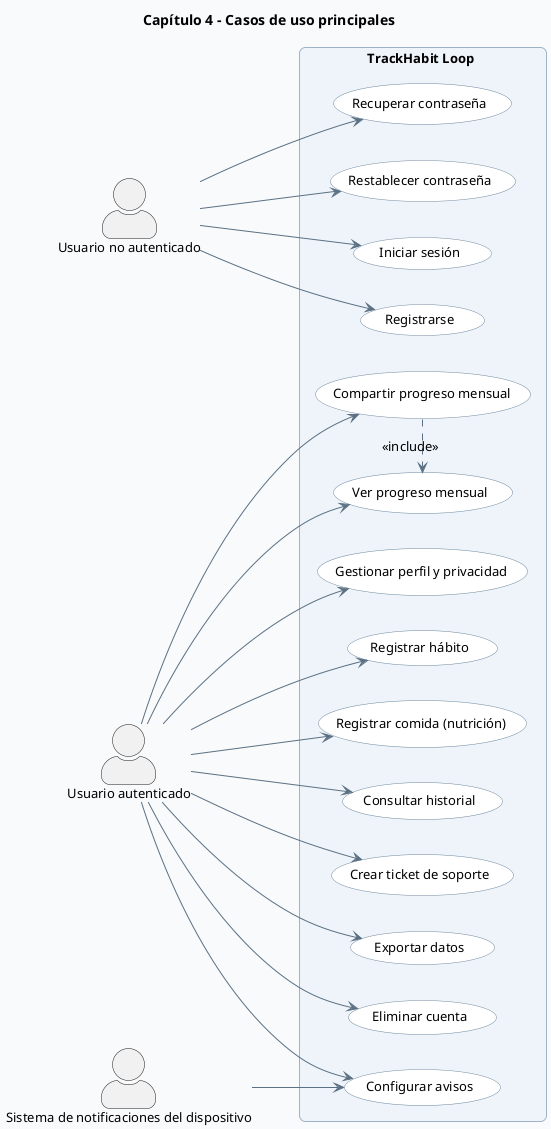
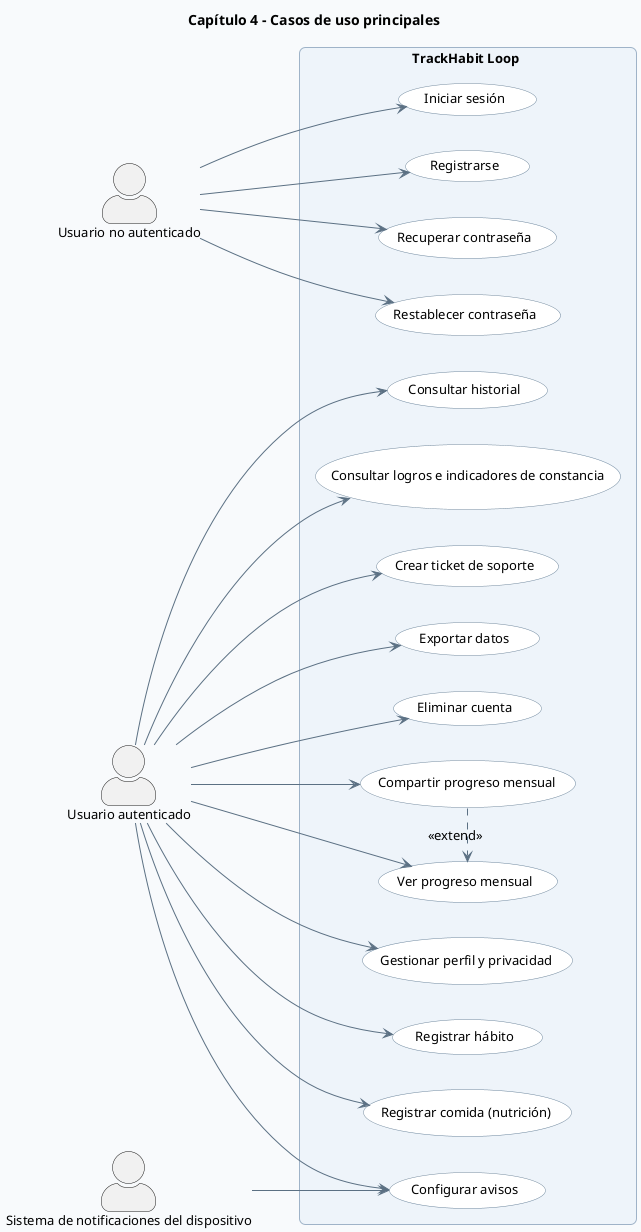
﻿@startuml
' CAP4 - 02 Casos de Uso

skinparam backgroundColor #F8FAFC
skinparam shadowing false
skinparam roundcorner 12
skinparam defaultFontName Segoe UI
skinparam defaultFontSize 13
skinparam ArrowColor #5B7083
skinparam ArrowThickness 1
skinparam packageStyle rectangle
skinparam packageBorderColor #9FB3C8
skinparam packageBackgroundColor #EEF4FA
skinparam usecaseBackgroundColor #FFFFFF
skinparam usecaseBorderColor #6E879D
skinparam actorStyle awesome

title Capítulo 4 - Casos de uso principales

left to right direction

actor "Usuario no autenticado" as A_GUEST
actor "Usuario autenticado" as A_USER
actor "Sistema de notificaciones del dispositivo" as A_NOTIFY

rectangle "TrackHabit Loop " {
  usecase "Iniciar sesión" as UC_LOGIN
  usecase "Registrarse" as UC_REGISTER
  usecase "Recuperar contraseña" as UC_FORGOT
  usecase "Restablecer contraseña" as UC_RESET

  usecase "Gestionar perfil y privacidad" as UC_PROFILE
  usecase "Configurar avisos" as UC_ALERTS

  usecase "Registrar hábito" as UC_HABIT_ENTRY
  usecase "Registrar comida (nutrición)" as UC_NUTRITION_ENTRY
  usecase "Consultar historial" as UC_HISTORY
  usecase "Ver progreso mensual" as UC_PROGRESS
  usecase "Compartir progreso mensual" as UC_SHARE_PROGRESS
+   usecase "Consultar logros e indicadores de constancia" as UC_ACHIEVEMENTS

  usecase "Crear ticket de soporte" as UC_SUPPORT
  usecase "Exportar datos" as UC_EXPORT
  usecase "Eliminar cuenta" as UC_DELETE
}

A_GUEST --> UC_LOGIN
A_GUEST --> UC_REGISTER
A_GUEST --> UC_FORGOT
A_GUEST --> UC_RESET

A_USER --> UC_PROFILE
A_USER --> UC_ALERTS
A_USER --> UC_HABIT_ENTRY
A_USER --> UC_NUTRITION_ENTRY
A_USER --> UC_HISTORY
A_USER --> UC_PROGRESS
A_USER --> UC_SHARE_PROGRESS
+ A_USER --> UC_ACHIEVEMENTS
A_USER --> UC_SUPPORT
A_USER --> UC_EXPORT
A_USER --> UC_DELETE

A_NOTIFY --> UC_ALERTS

- UC_SHARE_PROGRESS .> UC_PROGRESS : <<include>>
+ UC_SHARE_PROGRESS .> UC_PROGRESS : <<extend>>
@enduml
